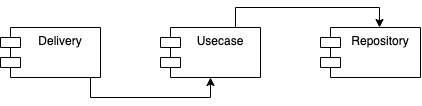
Earlier version of the draw.io export docs/img/component.drawio.png (SerafimKuzmin/sd). Source tidied: cells renumbered, new cells last; positions are measured from the earlier drawing's top-left corner, leaving out a move shared by most shapes.
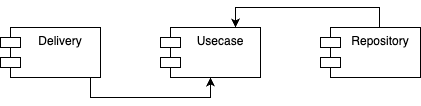
The same diagram one commit later.

Diff of the diagram source:
```diff
@@ -2,7 +2,7 @@
   <root>
     <mxCell id="0" />
     <mxCell id="1" parent="0" />
-    <mxCell id="2" style="edgeStyle=orthogonalEdgeStyle;rounded=0;jettySize=auto;html=1;exitX=0.75;exitY=0;exitDx=0;exitDy=0;" parent="1" edge="1" source="3">
+    <mxCell id="2" style="edgeStyle=orthogonalEdgeStyle;rounded=0;jettySize=auto;html=1;exitX=0.75;exitY=0;exitDx=0;exitDy=0;endArrow=none;endFill=0;startArrow=classic;startFill=1;" parent="1" edge="1" source="3">
       <mxGeometry relative="1" as="geometry">
         <mxPoint x="379" y="20" as="targetPoint" />
         <Array as="points">
```
